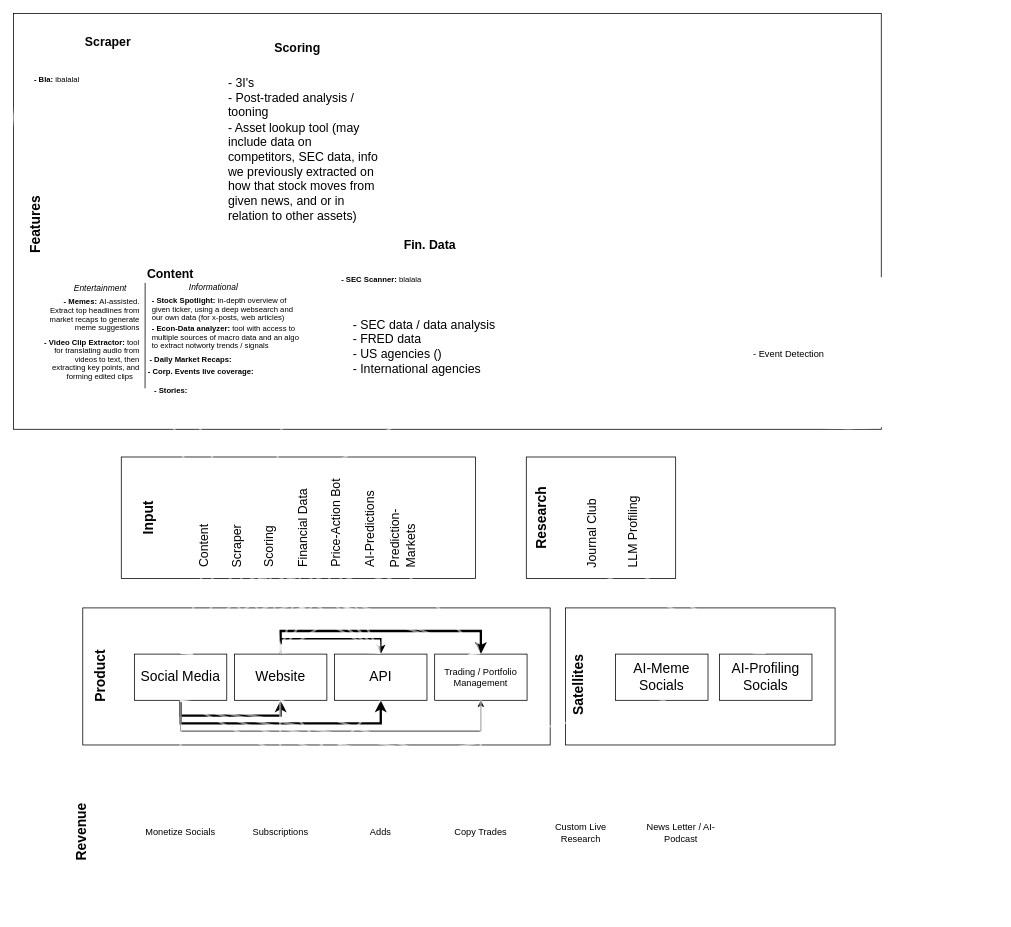
Above: Untitled Diagram.drawio in WillsHarris/Polaron_Claude_2024_contest (draw.io), before the change. Source tidied: cells renumbered, new cells numbered last; positions are measured from the earlier drawing's top-left corner, leaving out a move shared by most shapes. Both pictures are drawn from the tidied source at 77%, with x=0, y=0 at pixel (-167, 13).
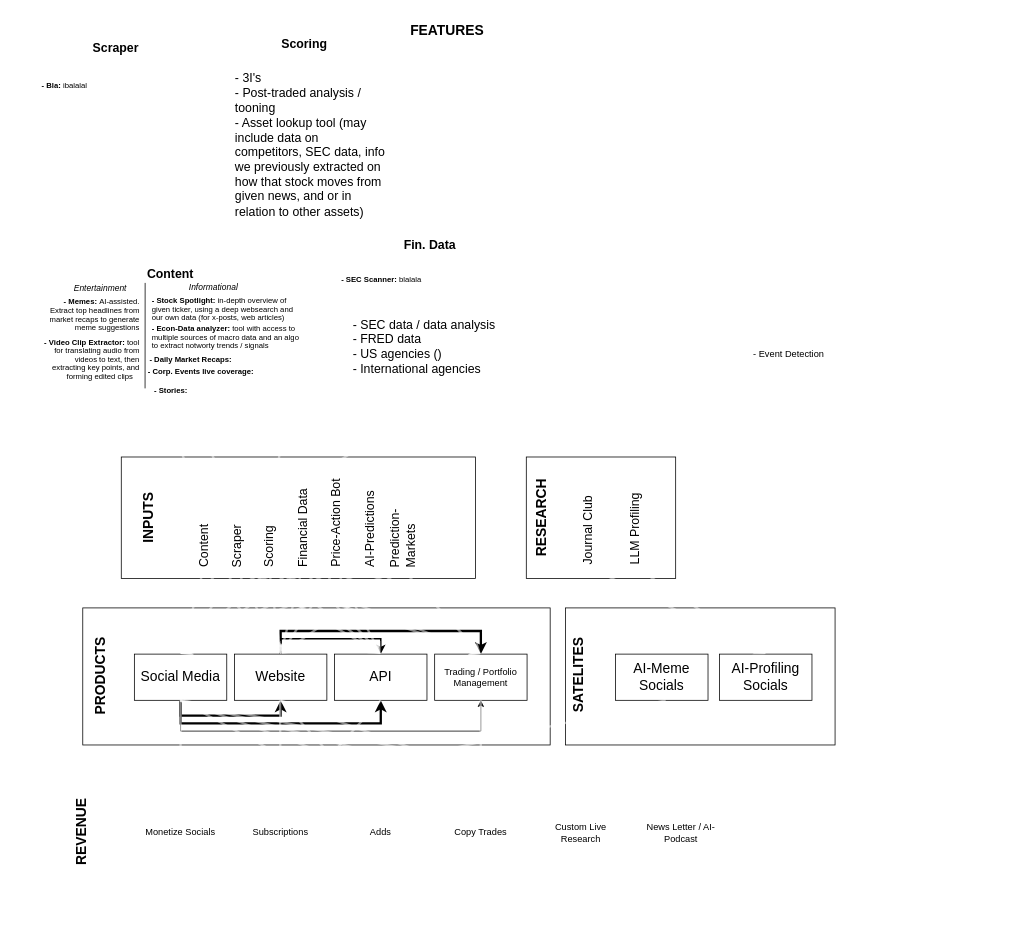
After the change.

The edit, as a diff of the source:
```diff
@@
+    <mxCell id="103" style="rounded=0;whiteSpace=wrap;html=1;labelBorderColor=none;fontColor=light-dark(#000000,#CCCCCC);fillColor=light-dark(#FFFFFF,#FFFFFF);strokeColor=none;" parent="1" vertex="1">
+      <mxGeometry x="234" y="560" width="1127" height="610" as="geometry" />
+    </mxCell>
@@
-    <mxCell id="13" value="&lt;b style=&quot;color: light-dark(rgb(0, 0, 0), rgb(0, 0, 0));&quot;&gt;Product&lt;/b&gt;" style="text;html=1;whiteSpace=wrap;strokeColor=none;fillColor=none;align=center;verticalAlign=middle;rounded=0;rotation=270;strokeWidth=1;fontSize=18;" parent="1" vertex="1">
+    <mxCell id="13" value="&lt;b style=&quot;color: light-dark(rgb(0, 0, 0), rgb(0, 0, 0));&quot;&gt;PRODUCTS&lt;/b&gt;" style="text;html=1;whiteSpace=wrap;strokeColor=none;fillColor=none;align=center;verticalAlign=middle;rounded=0;rotation=270;strokeWidth=1;fontSize=18;" parent="1" vertex="1">
       <mxGeometry x="259.3" y="847.8" width="175.7" height="25" as="geometry" />
     </mxCell>
-    <mxCell id="14" value="&lt;b&gt;&lt;span style=&quot;color: light-dark(rgb(0, 0, 0), rgb(0, 0, 0));&quot;&gt;Input&lt;/span&gt;&lt;/b&gt;" style="text;html=1;whiteSpace=wrap;strokeColor=none;fillColor=none;align=center;verticalAlign=middle;rounded=0;rotation=270;strokeWidth=1;fontSize=18;" parent="1" vertex="1">
+    <mxCell id="14" value="&lt;b&gt;&lt;span style=&quot;color: light-dark(rgb(0, 0, 0), rgb(0, 0, 0));&quot;&gt;INPUTS&lt;/span&gt;&lt;/b&gt;" style="text;html=1;whiteSpace=wrap;strokeColor=none;fillColor=none;align=center;verticalAlign=middle;rounded=0;rotation=270;strokeWidth=1;fontSize=18;" parent="1" vertex="1">
       <mxGeometry x="352" y="642.5" width="115" height="25" as="geometry" />
     </mxCell>
@@
-    <mxCell id="18" value="&lt;div&gt;&lt;b style=&quot;color: light-dark(rgb(0, 0, 0), rgb(0, 0, 0));&quot;&gt;Revenue&lt;/b&gt;&lt;/div&gt;" style="text;html=1;whiteSpace=wrap;strokeColor=none;fillColor=none;align=center;verticalAlign=middle;rounded=0;rotation=270;strokeWidth=1;fontSize=18;" parent="1" vertex="1">
+    <mxCell id="18" value="&lt;div&gt;&lt;b style=&quot;color: light-dark(rgb(0, 0, 0), rgb(0, 0, 0));&quot;&gt;REVENUE&lt;/b&gt;&lt;/div&gt;" style="text;html=1;whiteSpace=wrap;strokeColor=none;fillColor=none;align=center;verticalAlign=middle;rounded=0;rotation=270;strokeWidth=1;fontSize=18;" parent="1" vertex="1">
       <mxGeometry x="265" y="1050.5" width="115" height="25" as="geometry" />
     </mxCell>
@@
-    <mxCell id="26" value="&lt;b&gt;&lt;span style=&quot;color: light-dark(rgb(0, 0, 0), rgb(0, 0, 0));&quot;&gt;Satellites&lt;/span&gt;&lt;/b&gt;" style="text;html=1;whiteSpace=wrap;strokeColor=none;fillColor=none;align=center;verticalAlign=middle;rounded=0;rotation=270;strokeWidth=1;fontSize=18;" parent="1" vertex="1">
-      <mxGeometry x="866" y="859.5" width="203" height="25" as="geometry" />
+    <mxCell id="26" value="&lt;b&gt;&lt;span style=&quot;color: light-dark(rgb(0, 0, 0), rgb(0, 0, 0));&quot;&gt;SATELITES&lt;/span&gt;&lt;/b&gt;" style="text;html=1;whiteSpace=wrap;strokeColor=none;fillColor=none;align=center;verticalAlign=middle;rounded=0;rotation=270;strokeWidth=1;fontSize=18;" parent="1" vertex="1">
+      <mxGeometry x="878.5" y="847" width="178" height="25" as="geometry" />
     </mxCell>
@@
-    <mxCell id="28" style="rounded=0;whiteSpace=wrap;html=1;labelBorderColor=none;fontColor=light-dark(#000000,#CCCCCC);fillColor=light-dark(#FFFFFF,#E6E6E6);" parent="1" vertex="1">
+    <mxCell id="28" style="rounded=0;whiteSpace=wrap;html=1;labelBorderColor=none;fontColor=light-dark(#000000,#CCCCCC);fillColor=light-dark(#FFFFFF,#FFFFFF);strokeColor=none;" parent="1" vertex="1">
       <mxGeometry x="234" width="1127" height="540" as="geometry" />
     </mxCell>
-    <mxCell id="29" value="&lt;b&gt;&lt;span style=&quot;color: light-dark(rgb(0, 0, 0), rgb(0, 0, 0));&quot;&gt;Features&lt;/span&gt;&lt;/b&gt;" style="text;html=1;whiteSpace=wrap;strokeColor=none;fillColor=none;align=center;verticalAlign=middle;rounded=0;rotation=270;strokeWidth=1;fontSize=18;" parent="1" vertex="1">
-      <mxGeometry x="0.1" y="261.6" width="526.8" height="25" as="geometry" />
+    <mxCell id="29" value="&lt;b&gt;&lt;span style=&quot;color: light-dark(rgb(0, 0, 0), rgb(0, 0, 0));&quot;&gt;FEATURES&lt;/span&gt;&lt;/b&gt;" style="text;html=1;whiteSpace=wrap;strokeColor=none;fillColor=none;align=center;verticalAlign=middle;rounded=0;rotation=0;strokeWidth=1;fontSize=18;" parent="1" vertex="1">
+      <mxGeometry x="234" y="9" width="1126.8" height="25" as="geometry" />
     </mxCell>
@@
-    <mxCell id="48" value="&lt;b&gt;&lt;span style=&quot;color: light-dark(rgb(0, 0, 0), rgb(0, 0, 0));&quot;&gt;Research&lt;/span&gt;&lt;/b&gt;" style="text;html=1;whiteSpace=wrap;strokeColor=none;fillColor=none;align=center;verticalAlign=middle;rounded=0;rotation=270;strokeWidth=1;fontSize=18;" parent="1" vertex="1">
+    <mxCell id="48" value="&lt;b&gt;&lt;span style=&quot;color: light-dark(rgb(0, 0, 0), rgb(0, 0, 0));&quot;&gt;RESEARCH&lt;/span&gt;&lt;/b&gt;" style="text;html=1;whiteSpace=wrap;strokeColor=none;fillColor=none;align=center;verticalAlign=middle;rounded=0;rotation=270;strokeWidth=1;fontSize=18;" parent="1" vertex="1">
       <mxGeometry x="845" y="642.5" width="149" height="25" as="geometry" />
     </mxCell>
     <mxCell id="49" value="&lt;div align=&quot;left&quot;&gt;&lt;div&gt;Journal Club&lt;/div&gt;&lt;/div&gt;" style="text;html=1;whiteSpace=wrap;strokeColor=none;fillColor=none;align=left;verticalAlign=middle;rounded=0;rotation=270;strokeWidth=1;fontSize=16;fontColor=light-dark(#000000,#000000);" parent="1" vertex="1">
-      <mxGeometry x="907" y="622.5" width="156.2" height="43" as="geometry" />
+      <mxGeometry x="902" y="618.5" width="156.2" height="43" as="geometry" />
     </mxCell>
     <mxCell id="50" value="&lt;div align=&quot;left&quot;&gt;&lt;div&gt;LLM Profiling&lt;/div&gt;&lt;/div&gt;" style="text;html=1;whiteSpace=wrap;strokeColor=none;fillColor=none;align=left;verticalAlign=middle;rounded=0;rotation=270;strokeWidth=1;fontSize=16;fontColor=light-dark(#000000,#000000);" parent="1" vertex="1">
-      <mxGeometry x="954.4" y="614.4" width="169" height="46.5" as="geometry" />
+      <mxGeometry x="956.4" y="610.4" width="169" height="46.5" as="geometry" />
     </mxCell>
@@
     <mxCell id="75" style="strokeWidth=2;html=1;shape=mxgraph.flowchart.start_1;whiteSpace=wrap;fontColor=light-dark(#000000,#999999);strokeColor=none;fillColor=light-dark(#FFFFFF,#808080);" parent="1" vertex="1">
-      <mxGeometry x="496.9" y="10" width="213" height="330" as="geometry" />
+      <mxGeometry x="505.9" y="4" width="213" height="330" as="geometry" />
     </mxCell>
     <mxCell id="76" value="&lt;div align=&quot;left&quot;&gt;- 3I's&lt;/div&gt;&lt;div align=&quot;left&quot;&gt;- Post-traded analysis / tooning&lt;/div&gt;&lt;div align=&quot;left&quot;&gt;- Asset lookup tool (may include data on competitors, SEC data, info we previously extracted on how that stock moves from given news, and or in relation to other assets)&amp;nbsp;&lt;/div&gt;&lt;div align=&quot;left&quot;&gt;&amp;nbsp;&lt;/div&gt;" style="text;html=1;whiteSpace=wrap;strokeColor=none;fillColor=none;align=left;verticalAlign=middle;rounded=0;rotation=0;strokeWidth=1;fontSize=16;" parent="1" vertex="1">
-      <mxGeometry x="511.1" y="36" width="200" height="300" as="geometry" />
+      <mxGeometry x="520.1" y="30" width="200" height="300" as="geometry" />
     </mxCell>
@@
     <mxCell id="79" style="strokeWidth=2;html=1;shape=mxgraph.flowchart.start_1;whiteSpace=wrap;fontColor=light-dark(#000000,#999999);strokeColor=none;fillColor=light-dark(#FFFFFF,#808080);" parent="1" vertex="1">
-      <mxGeometry x="234" y="10" width="250" height="250" as="geometry" />
+      <mxGeometry x="244" y="17" width="250" height="250" as="geometry" />
     </mxCell>
@@
     <mxCell id="86" value="&lt;b&gt;Scoring&lt;/b&gt;" style="text;html=1;whiteSpace=wrap;strokeColor=none;fillColor=none;align=center;verticalAlign=middle;rounded=0;rotation=0;strokeWidth=1;fontSize=16;fontColor=light-dark(#000000,#000000);" parent="1" vertex="1">
-      <mxGeometry x="553.4" y="34" width="100" height="22.9" as="geometry" />
+      <mxGeometry x="562.4" y="28" width="100" height="22.9" as="geometry" />
     </mxCell>
     <mxCell id="87" value="&lt;b&gt;Scraper&lt;/b&gt;" style="text;html=1;whiteSpace=wrap;strokeColor=none;fillColor=none;align=center;verticalAlign=middle;rounded=0;rotation=0;strokeWidth=1;fontSize=16;fontColor=light-dark(#000000,#000000);" parent="1" vertex="1">
-      <mxGeometry x="307" y="26" width="100" height="22.9" as="geometry" />
+      <mxGeometry x="317" y="33" width="100" height="22.9" as="geometry" />
     </mxCell>
     <mxCell id="88" value="&lt;div style=&quot;line-height: 70%;&quot;&gt;&lt;div align=&quot;left&quot;&gt;&lt;font style=&quot;font-size: 10px; color: light-dark(rgb(0, 0, 0), rgb(0, 0, 0)); line-height: 70%;&quot;&gt;&lt;b&gt;-&amp;nbsp;&lt;/b&gt;&lt;font&gt;&lt;b&gt;Bla: &lt;/b&gt;ibalalal&lt;/font&gt;&lt;/font&gt;&lt;/div&gt;&lt;/div&gt;" style="text;html=1;whiteSpace=wrap;strokeColor=none;fillColor=none;align=left;verticalAlign=middle;rounded=0;rotation=0;strokeWidth=1;fontSize=16;" parent="1" vertex="1">
-      <mxGeometry x="259.3" y="70" width="197" height="28.1" as="geometry" />
+      <mxGeometry x="269.3" y="77" width="197" height="28.1" as="geometry" />
     </mxCell>
```
